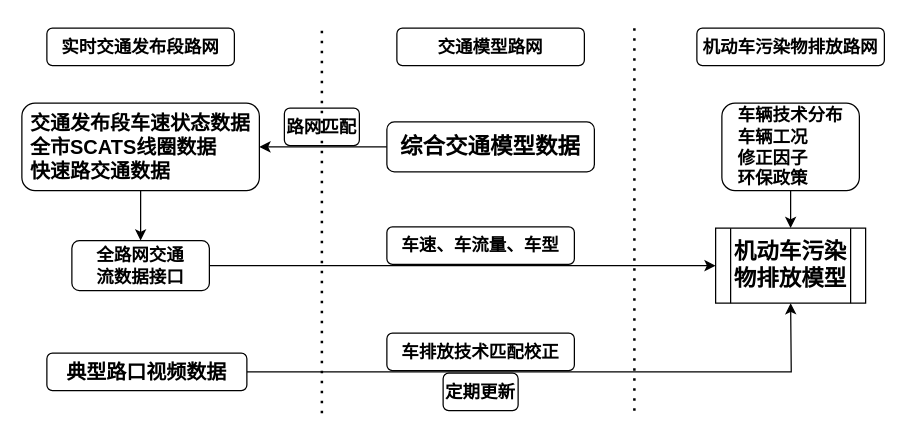
Above: 交通数据流程.drawio in WienWong/Misc (draw.io), before the change. Source tidied: cells renumbered, new cells numbered last; positions are measured from the earlier drawing's top-left corner, leaving out a move shared by most shapes. Both pictures are drawn from the tidied source at 125%, with x=0, y=0 at pixel (21, 22).
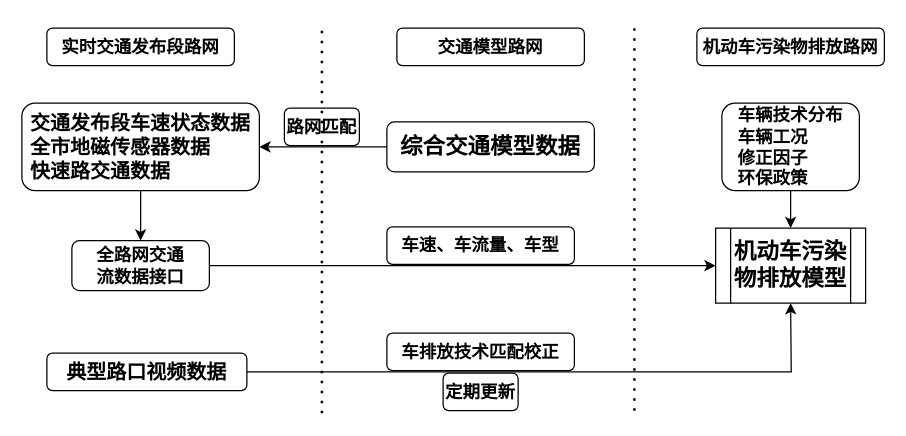
After the change.

Commit message:
Update 交通数据流程.drawio

What changed in the source:
```diff
@@
-    <mxCell id="3" value="&lt;div style=&quot;text-align: left&quot;&gt;&lt;span&gt;&lt;font style=&quot;font-size: 16px&quot;&gt;&lt;b&gt;交通发布段车速状态数据&lt;/b&gt;&lt;/font&gt;&lt;/span&gt;&lt;/div&gt;&lt;div style=&quot;text-align: left&quot;&gt;&lt;span&gt;&lt;font size=&quot;3&quot;&gt;&lt;b&gt;全市SCATS线圈数据&lt;/b&gt;&lt;/font&gt;&lt;/span&gt;&lt;/div&gt;&lt;div style=&quot;text-align: left&quot;&gt;&lt;span&gt;&lt;font size=&quot;3&quot;&gt;&lt;b&gt;快速路交通数据&lt;/b&gt;&lt;/font&gt;&lt;/span&gt;&lt;/div&gt;" style="rounded=1;whiteSpace=wrap;html=1;fontSize=12;glass=0;strokeWidth=1;shadow=0;" parent="1" vertex="1">
+    <mxCell id="3" value="&lt;div style=&quot;text-align: left&quot;&gt;&lt;span&gt;&lt;font style=&quot;font-size: 16px&quot;&gt;&lt;b&gt;交通发布段车速状态数据&lt;/b&gt;&lt;/font&gt;&lt;/span&gt;&lt;/div&gt;&lt;div style=&quot;text-align: left&quot;&gt;&lt;span&gt;&lt;font size=&quot;3&quot;&gt;&lt;b&gt;全市地磁传感器数据&lt;/b&gt;&lt;/font&gt;&lt;/span&gt;&lt;/div&gt;&lt;div style=&quot;text-align: left&quot;&gt;&lt;span&gt;&lt;font size=&quot;3&quot;&gt;&lt;b&gt;快速路交通数据&lt;/b&gt;&lt;/font&gt;&lt;/span&gt;&lt;/div&gt;" style="rounded=1;whiteSpace=wrap;html=1;fontSize=12;glass=0;strokeWidth=1;shadow=0;" parent="1" vertex="1">
       <mxGeometry y="64" width="190" height="70" as="geometry" />
     </mxCell>
```
